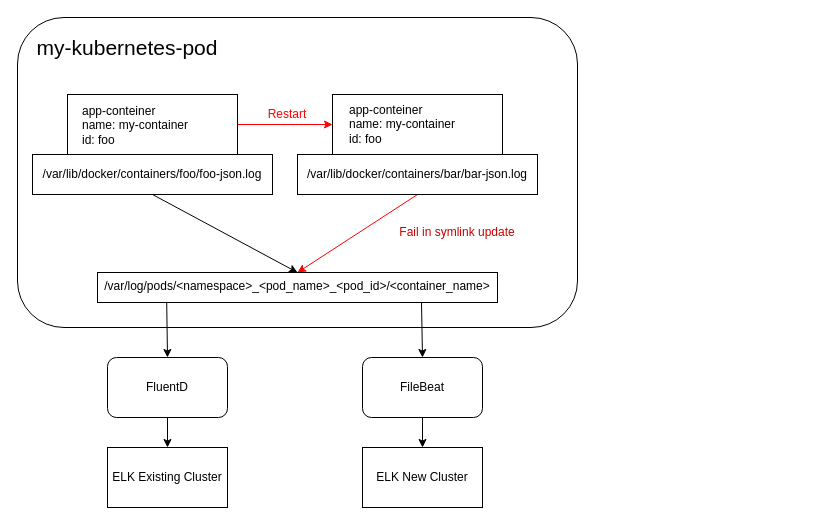
Before: Untitled Diagram.drawio in yudaprama/2tactic, a draw.io diagram. Source tidied: cells renumbered, new cells numbered last; positions are measured from the earlier drawing's top-left corner, leaving out a move shared by most shapes. Both pictures are drawn from the tidied source at 100%, with x=0, y=0 at pixel (17, 17).
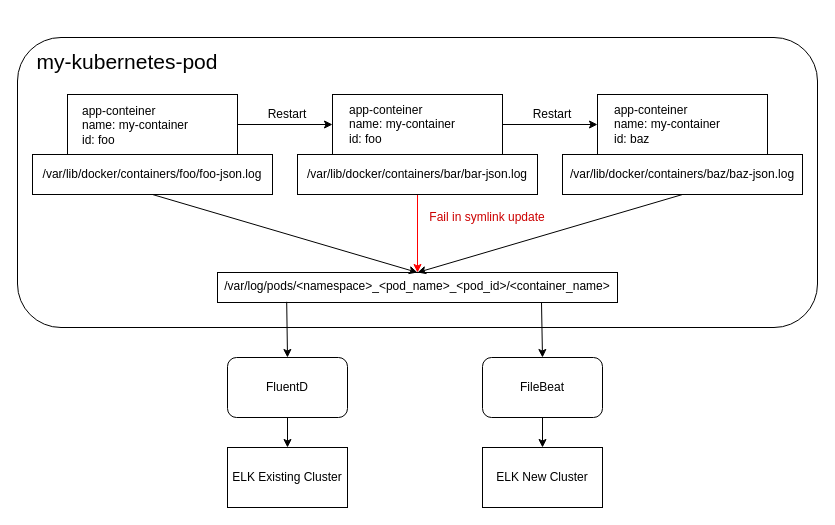
The same page after the edit.

Unchanged cells that the change refers to:
```xml
<mxCell id="5" style="rounded=0;whiteSpace=wrap;html=1;" parent="1" vertex="1">
  <mxGeometry x="50" y="77" width="170" height="60" as="geometry" />
</mxCell>
<mxCell id="9" style="rounded=0;whiteSpace=wrap;html=1;" parent="1" vertex="1">
  <mxGeometry x="315" y="77" width="170" height="60" as="geometry" />
</mxCell>
```

The edit, as a diff of the source:
```diff
@@
     <mxCell id="2" style="rounded=1;whiteSpace=wrap;html=1;" parent="1" vertex="1">
-      <mxGeometry width="560" height="310" as="geometry" />
+      <mxGeometry y="20" width="800" height="290" as="geometry" />
     </mxCell>
     <mxCell id="3" value="&lt;font style=&quot;font-size: 21px&quot;&gt;my-kubernetes-pod&lt;/font&gt;" style="text;html=1;strokeColor=none;fillColor=none;align=center;verticalAlign=middle;whiteSpace=wrap;rounded=0;" parent="1" vertex="1">
-      <mxGeometry x="10" y="10" width="200" height="40" as="geometry" />
+      <mxGeometry x="10" y="24" width="200" height="40" as="geometry" />
     </mxCell>
-    <mxCell id="4" style="edgeStyle=none;rounded=0;jettySize=auto;html=1;entryX=0;entryY=0.5;entryDx=0;entryDy=0;strokeColor=#FF0000;" parent="1" edge="1" source="5" target="9">
+    <mxCell id="4" style="edgeStyle=none;rounded=0;jettySize=auto;html=1;entryX=0;entryY=0.5;entryDx=0;entryDy=0;" parent="1" edge="1" source="5" target="9">
       <mxGeometry relative="1" as="geometry" />
     </mxCell>
@@
     <mxCell id="13" value="/var/log/pods/&amp;lt;namespace&amp;gt;_&amp;lt;pod_name&amp;gt;_&amp;lt;pod_id&amp;gt;/&amp;lt;container_name&amp;gt;" style="text;whiteSpace=wrap;html=1;strokeColor=#000000;align=center;" parent="1" vertex="1">
-      <mxGeometry x="80" y="255" width="400" height="30" as="geometry" />
+      <mxGeometry x="200" y="255" width="400" height="30" as="geometry" />
     </mxCell>
-    <mxCell id="14" value="&lt;font color=&quot;#ff0000&quot;&gt;Restart&lt;/font&gt;" style="text;html=1;strokeColor=none;fillColor=none;align=center;verticalAlign=middle;whiteSpace=wrap;rounded=0;" parent="1" vertex="1">
+    <mxCell id="14" value="Restart" style="text;html=1;fillColor=none;align=center;verticalAlign=middle;whiteSpace=wrap;rounded=0;" parent="1" vertex="1">
       <mxGeometry x="250" y="87" width="40" height="20" as="geometry" />
     </mxCell>
     <mxCell id="15" value="&lt;font color=&quot;#cc0000&quot;&gt;Fail in symlink update&lt;/font&gt;" style="text;html=1;strokeColor=none;fillColor=none;align=center;verticalAlign=middle;whiteSpace=wrap;rounded=0;" parent="1" vertex="1">
-      <mxGeometry x="380" y="205" width="120" height="20" as="geometry" />
+      <mxGeometry x="410" y="190" width="120" height="20" as="geometry" />
     </mxCell>
@@
     <mxCell id="18" value="FluentD" style="rounded=1;whiteSpace=wrap;html=1;strokeColor=#000000;" parent="1" vertex="1">
-      <mxGeometry x="90" y="340" width="120" height="60" as="geometry" />
+      <mxGeometry x="210" y="340" width="120" height="60" as="geometry" />
     </mxCell>
     <mxCell id="19" value="FileBeat" style="rounded=1;whiteSpace=wrap;html=1;strokeColor=#000000;" parent="1" vertex="1">
-      <mxGeometry x="345" y="340" width="120" height="60" as="geometry" />
+      <mxGeometry x="465" y="340" width="120" height="60" as="geometry" />
     </mxCell>
@@
     <mxCell id="21" value="ELK Existing Cluster" style="rounded=0;whiteSpace=wrap;html=1;strokeColor=#000000;" parent="1" vertex="1">
-      <mxGeometry x="90" y="430" width="120" height="60" as="geometry" />
+      <mxGeometry x="210" y="430" width="120" height="60" as="geometry" />
     </mxCell>
     <mxCell id="22" value="ELK New Cluster" style="rounded=0;whiteSpace=wrap;html=1;strokeColor=#000000;" parent="1" vertex="1">
-      <mxGeometry x="345" y="430" width="120" height="60" as="geometry" />
+      <mxGeometry x="465" y="430" width="120" height="60" as="geometry" />
     </mxCell>
@@
+    <mxCell id="24" style="edgeStyle=none;rounded=0;jettySize=auto;html=1;entryX=0;entryY=0.5;entryDx=0;entryDy=0;" parent="1" edge="1" target="25">
+      <mxGeometry relative="1" as="geometry">
+        <mxPoint x="485" y="107" as="sourcePoint" />
+      </mxGeometry>
+    </mxCell>
+    <mxCell id="25" style="rounded=0;whiteSpace=wrap;html=1;" parent="1" vertex="1">
+      <mxGeometry x="580" y="77" width="170" height="60" as="geometry" />
+    </mxCell>
+    <mxCell id="26" value="app-conteiner&lt;br&gt;name: my-container&lt;br&gt;id: baz" style="text;html=1;strokeColor=none;fillColor=none;align=left;verticalAlign=middle;whiteSpace=wrap;rounded=0;" parent="1" vertex="1">
+      <mxGeometry x="595" y="87" width="120" height="40" as="geometry" />
+    </mxCell>
+    <mxCell id="27" style="rounded=0;jettySize=auto;html=1;exitX=0.5;exitY=1;exitDx=0;exitDy=0;entryX=0.5;entryY=0;entryDx=0;entryDy=0;" parent="1" edge="1" source="28" target="13">
+      <mxGeometry relative="1" as="geometry" />
+    </mxCell>
+    <mxCell id="28" value="/var/lib/docker/containers/baz/baz-json.log" style="text;html=1;fillColor=none;align=center;verticalAlign=middle;whiteSpace=wrap;rounded=0;strokeColor=#000000;" parent="1" vertex="1">
+      <mxGeometry x="545" y="137" width="240" height="40" as="geometry" />
+    </mxCell>
+    <mxCell id="29" value="Restart" style="text;html=1;strokeColor=none;fillColor=none;align=center;verticalAlign=middle;whiteSpace=wrap;rounded=0;" parent="1" vertex="1">
+      <mxGeometry x="515" y="87" width="40" height="20" as="geometry" />
+    </mxCell>
```
